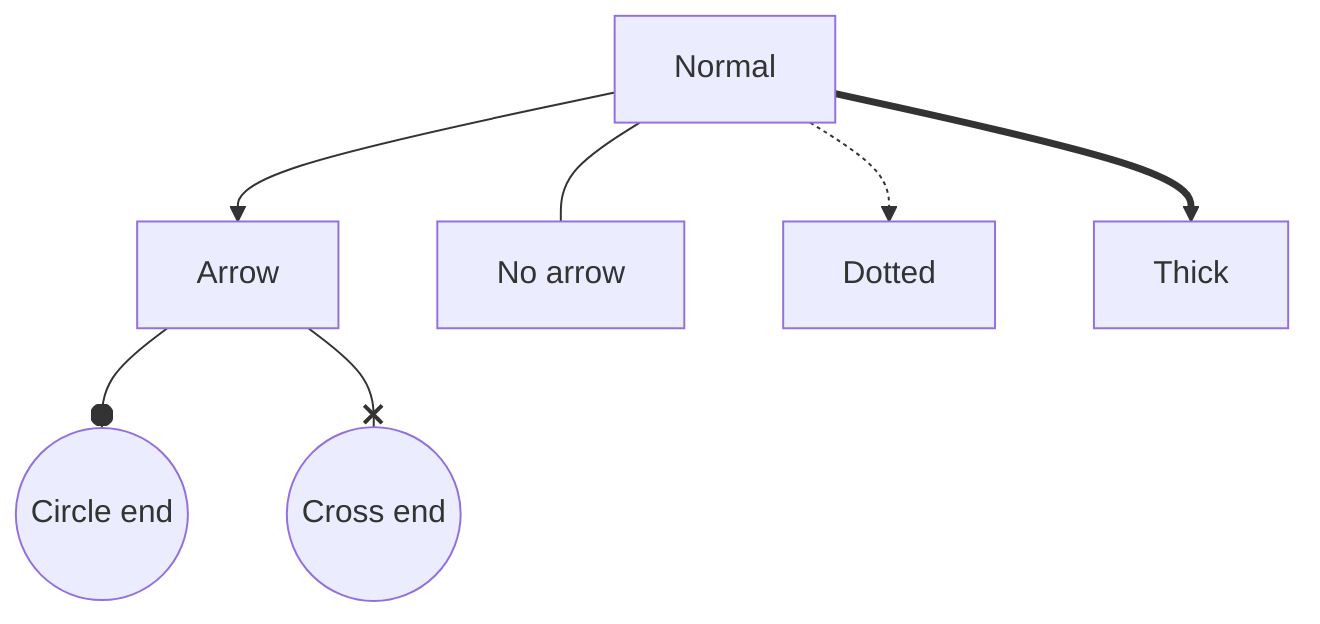
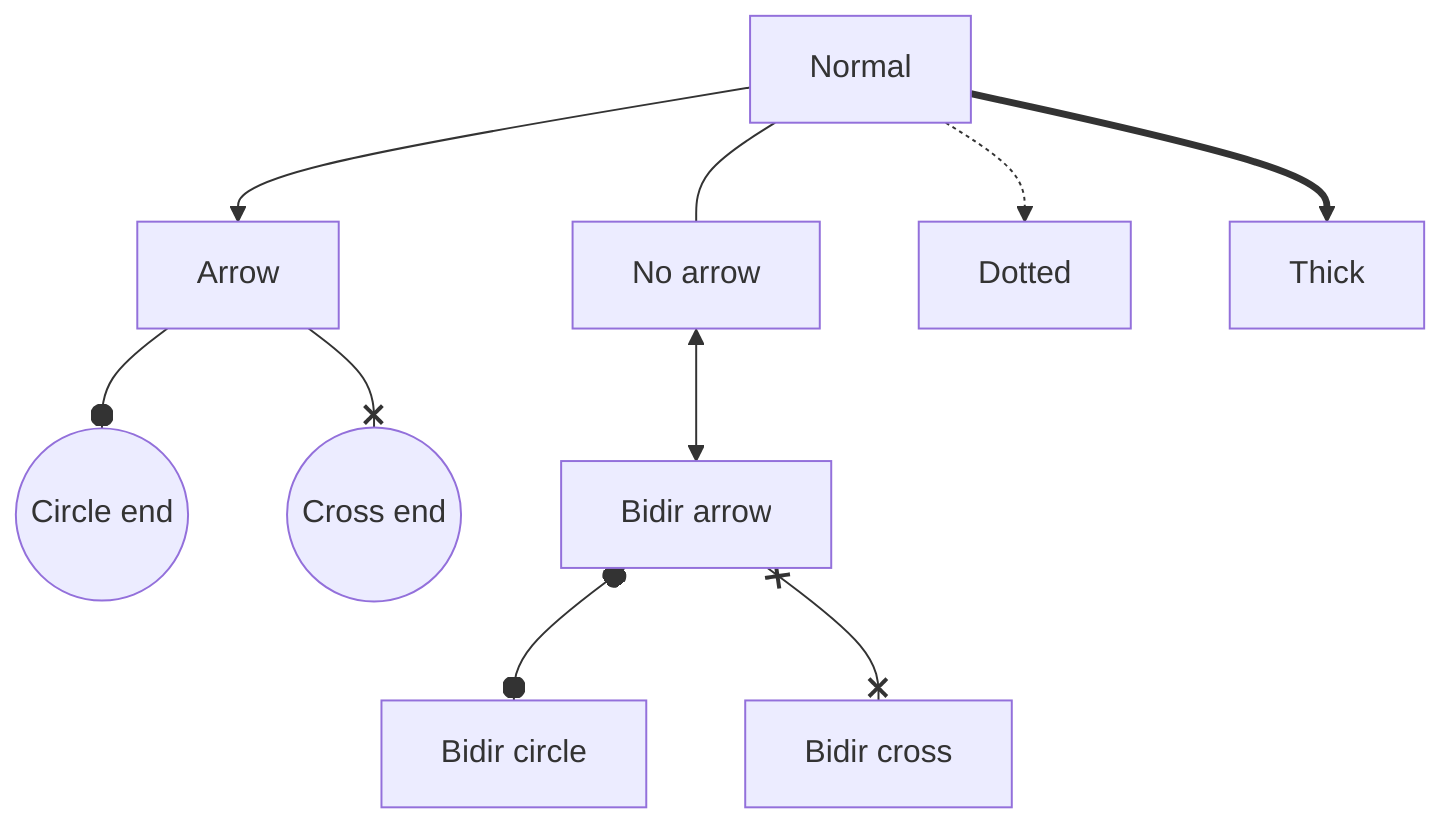
flowchart TD
    A[Normal] --> B[Arrow]
    A --- C[No arrow]
    A -.-> D[Dotted]
    A ==> E[Thick]
    B --o F((Circle end))
    B --x G((Cross end))
+     C <--> H[Bidir arrow]
+     H o--o I[Bidir circle]
+     H x--x J[Bidir cross]
